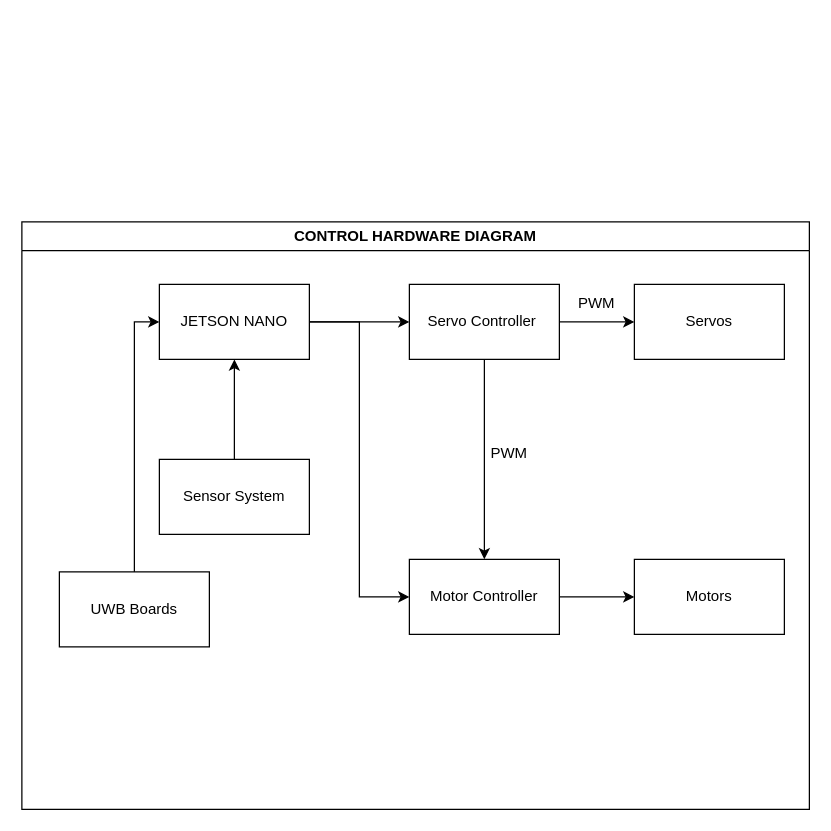
BowieJames/FollowMe keeps this draw.io diagram as page "Page-4" (4 of 4) of diagrams/blockdiagramdesign.drawio. Above is the earlier version. Source tidied: cells renumbered, new cells numbered last; positions are measured from the earlier drawing's top-left corner, leaving out a move shared by most shapes. Both pictures are drawn from the tidied source at 125%, with x=0, y=0 at pixel (21, 221).
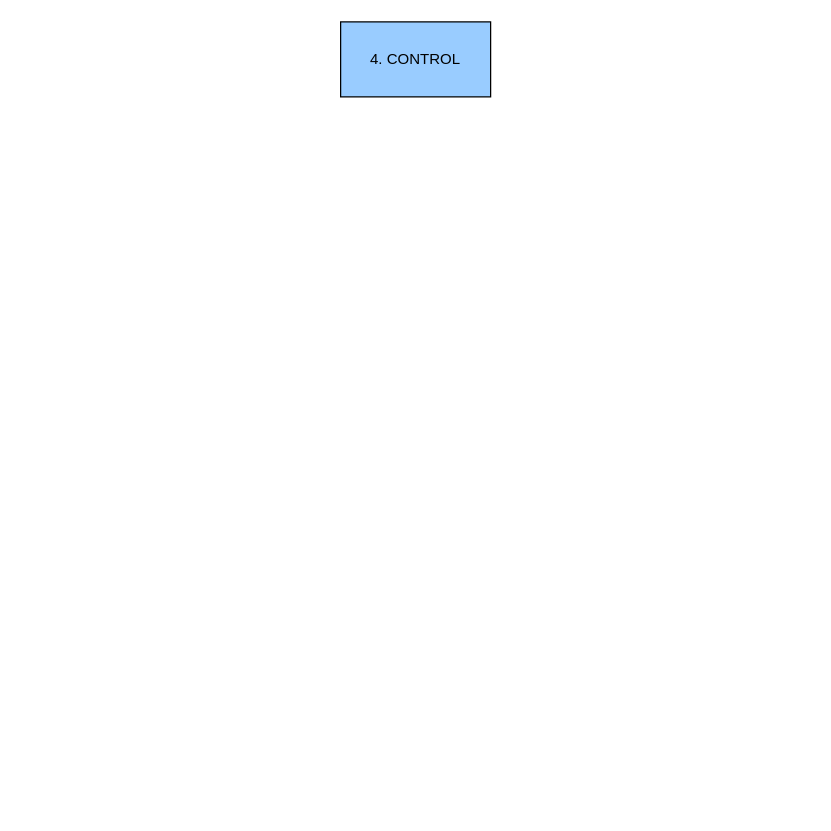
After the change.

What changed in the source:
```diff
@@
 <mxGraphModel>
   <root>
     <mxCell id="0" />
     <mxCell id="1" parent="0" />
-    <mxCell id="2" value="CONTROL HARDWARE DIAGRAM" style="swimlane;whiteSpace=wrap;html=1;" parent="1" vertex="1">
-      <mxGeometry width="630" height="470" as="geometry" />
-    </mxCell>
-    <mxCell id="3" style="edgeStyle=orthogonalEdgeStyle;rounded=0;jettySize=auto;html=1;" parent="2" edge="1" source="5" target="12">
-      <mxGeometry relative="1" as="geometry" />
-    </mxCell>
-    <mxCell id="4" style="edgeStyle=orthogonalEdgeStyle;rounded=0;jettySize=auto;html=1;entryX=0;entryY=0.5;entryDx=0;entryDy=0;" parent="2" edge="1" source="5" target="9">
-      <mxGeometry relative="1" as="geometry" />
-    </mxCell>
-    <mxCell id="5" value="JETSON NANO" style="rounded=0;whiteSpace=wrap;html=1;" parent="2" vertex="1">
-      <mxGeometry x="110" y="50" width="120" height="60" as="geometry" />
-    </mxCell>
-    <mxCell id="6" style="edgeStyle=orthogonalEdgeStyle;rounded=0;jettySize=auto;html=1;entryX=0;entryY=0.5;entryDx=0;entryDy=0;" parent="2" edge="1" source="7" target="5">
-      <mxGeometry relative="1" as="geometry" />
-    </mxCell>
-    <mxCell id="7" value="UWB Boards" style="rounded=0;whiteSpace=wrap;html=1;" parent="2" vertex="1">
-      <mxGeometry x="30" y="280" width="120" height="60" as="geometry" />
-    </mxCell>
-    <mxCell id="8" style="edgeStyle=orthogonalEdgeStyle;rounded=0;jettySize=auto;html=1;entryX=0;entryY=0.5;entryDx=0;entryDy=0;" parent="2" edge="1" source="9" target="14">
-      <mxGeometry relative="1" as="geometry" />
-    </mxCell>
-    <mxCell id="9" value="Motor Controller" style="rounded=0;whiteSpace=wrap;html=1;" parent="2" vertex="1">
-      <mxGeometry x="310" y="270" width="120" height="60" as="geometry" />
-    </mxCell>
-    <mxCell id="10" style="edgeStyle=orthogonalEdgeStyle;rounded=0;jettySize=auto;html=1;" parent="2" edge="1" source="12" target="9">
-      <mxGeometry relative="1" as="geometry" />
-    </mxCell>
-    <mxCell id="11" style="edgeStyle=orthogonalEdgeStyle;rounded=0;jettySize=auto;html=1;entryX=0;entryY=0.5;entryDx=0;entryDy=0;" parent="2" edge="1" source="12" target="13">
-      <mxGeometry relative="1" as="geometry" />
-    </mxCell>
-    <mxCell id="12" value="Servo Controller&amp;nbsp;" style="rounded=0;whiteSpace=wrap;html=1;" parent="2" vertex="1">
-      <mxGeometry x="310" y="50" width="120" height="60" as="geometry" />
-    </mxCell>
-    <mxCell id="13" value="Servos" style="rounded=0;whiteSpace=wrap;html=1;" parent="2" vertex="1">
-      <mxGeometry x="490" y="50" width="120" height="60" as="geometry" />
-    </mxCell>
-    <mxCell id="14" value="Motors" style="rounded=0;whiteSpace=wrap;html=1;" parent="2" vertex="1">
-      <mxGeometry x="490" y="270" width="120" height="60" as="geometry" />
-    </mxCell>
-    <mxCell id="15" value="PWM" style="text;html=1;align=center;verticalAlign=middle;whiteSpace=wrap;rounded=0;" parent="2" vertex="1">
-      <mxGeometry x="430" y="50" width="60" height="30" as="geometry" />
-    </mxCell>
-    <mxCell id="16" value="PWM" style="text;html=1;align=center;verticalAlign=middle;whiteSpace=wrap;rounded=0;" parent="2" vertex="1">
-      <mxGeometry x="360" y="170" width="60" height="30" as="geometry" />
-    </mxCell>
-    <mxCell id="17" style="edgeStyle=orthogonalEdgeStyle;rounded=0;jettySize=auto;html=1;entryX=0.5;entryY=1;entryDx=0;entryDy=0;" parent="2" edge="1" source="18" target="5">
-      <mxGeometry relative="1" as="geometry" />
-    </mxCell>
-    <mxCell id="18" value="Sensor System" style="rounded=0;whiteSpace=wrap;html=1;" parent="2" vertex="1">
-      <mxGeometry x="110" y="190" width="120" height="60" as="geometry" />
-    </mxCell>
+    <mxCell id="19" value="4. CONTROL" style="rounded=0;whiteSpace=wrap;html=1;fillColor=#99CCFF;" parent="1" vertex="1">
+      <mxGeometry x="255" y="-160" width="120" height="60" as="geometry" />
+    </mxCell>
   </root>
 </mxGraphModel>
```
